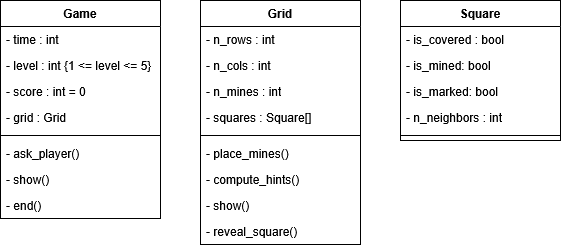
Earlier version of the draw.io export analyse/png/classes.png (EstebanAugustin/poo-ppmd). Source tidied: cells renumbered, new cells last; positions are measured from the earlier drawing's top-left corner, leaving out a move shared by most shapes.
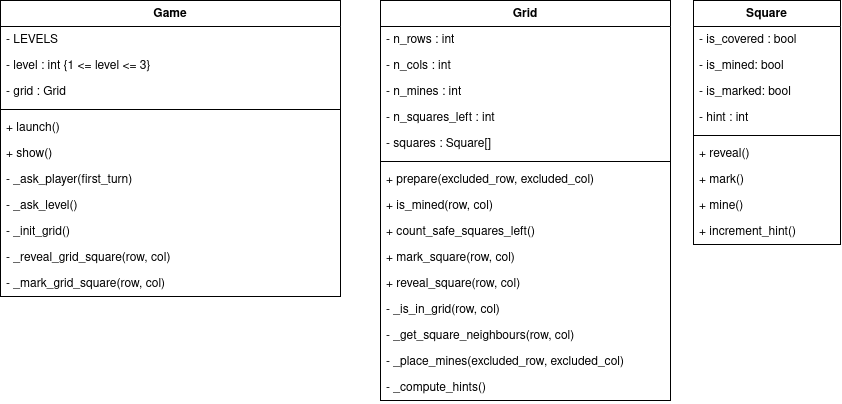
Above is the later version.

The edit, as a diff of the source:
```diff
@@ -3,79 +3,118 @@
     <mxCell id="0" />
     <mxCell id="1" parent="0" />
     <mxCell id="2" value="&lt;div&gt;Game&lt;/div&gt;" style="swimlane;fontStyle=1;align=center;verticalAlign=top;horizontal=1;startSize=26;whiteSpace=wrap;html=1;" parent="1" vertex="1">
-      <mxGeometry width="160" height="218" as="geometry" />
+      <mxGeometry x="-180" width="340" height="296" as="geometry" />
     </mxCell>
-    <mxCell id="3" value="- time : int" style="text;strokeColor=none;fillColor=none;align=left;verticalAlign=top;spacingLeft=4;spacingRight=4;overflow=hidden;whiteSpace=wrap;html=1;" parent="2" vertex="1">
-      <mxGeometry y="26" width="160" height="26" as="geometry" />
-    </mxCell>
+    <mxCell id="27" value="&lt;div&gt;-&amp;nbsp;LEVELS&lt;/div&gt;" style="text;strokeColor=none;fillColor=none;align=left;verticalAlign=top;spacingLeft=4;spacingRight=4;overflow=hidden;whiteSpace=wrap;html=1;" parent="2" vertex="1">
+      <mxGeometry y="26" width="340" height="26" as="geometry" />
+    </mxCell>
-    <mxCell id="4" value="- level : int {1 &amp;lt;= level &amp;lt;= 5}" style="text;strokeColor=none;fillColor=none;align=left;verticalAlign=top;spacingLeft=4;spacingRight=4;overflow=hidden;whiteSpace=wrap;html=1;" parent="2" vertex="1">
-      <mxGeometry y="52" width="160" height="26" as="geometry" />
+    <mxCell id="4" value="- level : int {1 &amp;lt;= level &amp;lt;= 3}" style="text;strokeColor=none;fillColor=none;align=left;verticalAlign=top;spacingLeft=4;spacingRight=4;overflow=hidden;whiteSpace=wrap;html=1;" parent="2" vertex="1">
+      <mxGeometry y="52" width="340" height="26" as="geometry" />
     </mxCell>
-    <mxCell id="5" value="&lt;div&gt;- score : int = 0&lt;/div&gt;&lt;div&gt;&lt;br&gt;&lt;/div&gt;" style="text;strokeColor=none;fillColor=none;align=left;verticalAlign=top;spacingLeft=4;spacingRight=4;overflow=hidden;whiteSpace=wrap;html=1;" parent="2" vertex="1">
-      <mxGeometry y="78" width="160" height="26" as="geometry" />
-    </mxCell>
     <mxCell id="6" value="&lt;div&gt;- grid : Grid&lt;/div&gt;&lt;div&gt;&lt;br&gt;&lt;/div&gt;" style="text;strokeColor=none;fillColor=none;align=left;verticalAlign=top;spacingLeft=4;spacingRight=4;overflow=hidden;whiteSpace=wrap;html=1;" parent="2" vertex="1">
-      <mxGeometry y="104" width="160" height="26" as="geometry" />
+      <mxGeometry y="78" width="340" height="26" as="geometry" />
     </mxCell>
     <mxCell id="7" style="line;strokeWidth=1;fillColor=none;align=left;verticalAlign=middle;spacingTop=-1;spacingLeft=3;spacingRight=3;labelPosition=right;strokeColor=inherit;" parent="2" vertex="1">
-      <mxGeometry y="130" width="160" height="10" as="geometry" />
+      <mxGeometry y="104" width="340" height="10" as="geometry" />
     </mxCell>
+    <mxCell id="28" value="&lt;div&gt;+ launch()&lt;/div&gt;" style="text;strokeColor=none;fillColor=none;align=left;verticalAlign=top;spacingLeft=4;spacingRight=4;overflow=hidden;whiteSpace=wrap;html=1;" parent="2" vertex="1">
+      <mxGeometry y="114" width="340" height="26" as="geometry" />
+    </mxCell>
+    <mxCell id="9" value="&lt;div&gt;+ show()&lt;/div&gt;" style="text;strokeColor=none;fillColor=none;align=left;verticalAlign=top;spacingLeft=4;spacingRight=4;overflow=hidden;whiteSpace=wrap;html=1;" parent="2" vertex="1">
+      <mxGeometry y="140" width="340" height="26" as="geometry" />
+    </mxCell>
-    <mxCell id="8" value="&lt;div&gt;- ask_player()&lt;/div&gt;" style="text;strokeColor=none;fillColor=none;align=left;verticalAlign=top;spacingLeft=4;spacingRight=4;overflow=hidden;whiteSpace=wrap;html=1;" parent="2" vertex="1">
-      <mxGeometry y="140" width="160" height="26" as="geometry" />
+    <mxCell id="8" value="&lt;div&gt;- _ask_player(first_turn)&lt;/div&gt;" style="text;strokeColor=none;fillColor=none;align=left;verticalAlign=top;spacingLeft=4;spacingRight=4;overflow=hidden;whiteSpace=wrap;html=1;" parent="2" vertex="1">
+      <mxGeometry y="166" width="340" height="26" as="geometry" />
     </mxCell>
-    <mxCell id="9" value="&lt;div&gt;- show()&lt;/div&gt;" style="text;strokeColor=none;fillColor=none;align=left;verticalAlign=top;spacingLeft=4;spacingRight=4;overflow=hidden;whiteSpace=wrap;html=1;" parent="2" vertex="1">
-      <mxGeometry y="166" width="160" height="26" as="geometry" />
-    </mxCell>
-    <mxCell id="10" value="&lt;div&gt;- end()&lt;/div&gt;" style="text;strokeColor=none;fillColor=none;align=left;verticalAlign=top;spacingLeft=4;spacingRight=4;overflow=hidden;whiteSpace=wrap;html=1;" parent="2" vertex="1">
-      <mxGeometry y="192" width="160" height="26" as="geometry" />
-    </mxCell>
+    <mxCell id="29" value="&lt;div&gt;- _ask_level()&lt;/div&gt;" style="text;strokeColor=none;fillColor=none;align=left;verticalAlign=top;spacingLeft=4;spacingRight=4;overflow=hidden;whiteSpace=wrap;html=1;" parent="2" vertex="1">
+      <mxGeometry y="192" width="340" height="26" as="geometry" />
+    </mxCell>
+    <mxCell id="30" value="&lt;div&gt;- _init_grid()&lt;/div&gt;" style="text;strokeColor=none;fillColor=none;align=left;verticalAlign=top;spacingLeft=4;spacingRight=4;overflow=hidden;whiteSpace=wrap;html=1;" parent="2" vertex="1">
+      <mxGeometry y="218" width="340" height="26" as="geometry" />
+    </mxCell>
+    <mxCell id="31" value="&lt;div&gt;- _reveal_grid_square(row, col)&lt;/div&gt;" style="text;strokeColor=none;fillColor=none;align=left;verticalAlign=top;spacingLeft=4;spacingRight=4;overflow=hidden;whiteSpace=wrap;html=1;" parent="2" vertex="1">
+      <mxGeometry y="244" width="340" height="26" as="geometry" />
+    </mxCell>
+    <mxCell id="32" value="&lt;div&gt;- _mark_grid_square(row, col)&lt;/div&gt;" style="text;strokeColor=none;fillColor=none;align=left;verticalAlign=top;spacingLeft=4;spacingRight=4;overflow=hidden;whiteSpace=wrap;html=1;" parent="2" vertex="1">
+      <mxGeometry y="270" width="340" height="26" as="geometry" />
+    </mxCell>
     <mxCell id="11" value="Grid" style="swimlane;fontStyle=1;align=center;verticalAlign=top;horizontal=1;startSize=26;whiteSpace=wrap;html=1;" parent="1" vertex="1">
-      <mxGeometry x="200" width="160" height="244" as="geometry" />
+      <mxGeometry x="200" width="290" height="400" as="geometry" />
     </mxCell>
     <mxCell id="12" value="&lt;div&gt;- n_rows : int&lt;/div&gt;" style="text;strokeColor=none;fillColor=none;align=left;verticalAlign=top;spacingLeft=4;spacingRight=4;overflow=hidden;whiteSpace=wrap;html=1;" parent="11" vertex="1">
-      <mxGeometry y="26" width="160" height="26" as="geometry" />
+      <mxGeometry y="26" width="290" height="26" as="geometry" />
     </mxCell>
     <mxCell id="13" value="- n_cols : int" style="text;strokeColor=none;fillColor=none;align=left;verticalAlign=top;spacingLeft=4;spacingRight=4;overflow=hidden;whiteSpace=wrap;html=1;" parent="11" vertex="1">
-      <mxGeometry y="52" width="160" height="26" as="geometry" />
+      <mxGeometry y="52" width="290" height="26" as="geometry" />
     </mxCell>
     <mxCell id="14" value="- n_mines : int" style="text;strokeColor=none;fillColor=none;align=left;verticalAlign=top;spacingLeft=4;spacingRight=4;overflow=hidden;whiteSpace=wrap;html=1;" parent="11" vertex="1">
-      <mxGeometry y="78" width="160" height="26" as="geometry" />
+      <mxGeometry y="78" width="290" height="26" as="geometry" />
     </mxCell>
+    <mxCell id="33" value="- n_squares_left : int" style="text;strokeColor=none;fillColor=none;align=left;verticalAlign=top;spacingLeft=4;spacingRight=4;overflow=hidden;whiteSpace=wrap;html=1;" parent="11" vertex="1">
+      <mxGeometry y="104" width="290" height="26" as="geometry" />
+    </mxCell>
     <mxCell id="15" value="&lt;div&gt;- squares : Square[]&amp;nbsp;&lt;/div&gt;&lt;div&gt;&lt;br&gt;&lt;/div&gt;" style="text;strokeColor=none;fillColor=none;align=left;verticalAlign=top;spacingLeft=4;spacingRight=4;overflow=hidden;whiteSpace=wrap;html=1;" parent="11" vertex="1">
-      <mxGeometry y="104" width="160" height="26" as="geometry" />
+      <mxGeometry y="130" width="290" height="26" as="geometry" />
     </mxCell>
     <mxCell id="16" style="line;strokeWidth=1;fillColor=none;align=left;verticalAlign=middle;spacingTop=-1;spacingLeft=3;spacingRight=3;labelPosition=right;strokeColor=inherit;" parent="11" vertex="1">
-      <mxGeometry y="130" width="160" height="10" as="geometry" />
+      <mxGeometry y="156" width="290" height="10" as="geometry" />
     </mxCell>
+    <mxCell id="34" value="&lt;div&gt;+ prepare(excluded_row, excluded_col)&lt;/div&gt;" style="text;strokeColor=none;fillColor=none;align=left;verticalAlign=top;spacingLeft=4;spacingRight=4;overflow=hidden;whiteSpace=wrap;html=1;" parent="11" vertex="1">
+      <mxGeometry y="166" width="290" height="26" as="geometry" />
+    </mxCell>
+    <mxCell id="35" value="&lt;div&gt;+ is_mined(row, col)&lt;/div&gt;" style="text;strokeColor=none;fillColor=none;align=left;verticalAlign=top;spacingLeft=4;spacingRight=4;overflow=hidden;whiteSpace=wrap;html=1;" parent="11" vertex="1">
+      <mxGeometry y="192" width="290" height="26" as="geometry" />
+    </mxCell>
+    <mxCell id="36" value="&lt;div&gt;+ count_safe_squares_left()&lt;/div&gt;" style="text;strokeColor=none;fillColor=none;align=left;verticalAlign=top;spacingLeft=4;spacingRight=4;overflow=hidden;whiteSpace=wrap;html=1;" parent="11" vertex="1">
+      <mxGeometry y="218" width="290" height="26" as="geometry" />
+    </mxCell>
+    <mxCell id="37" value="&lt;div&gt;+ mark_square(row, col)&lt;/div&gt;" style="text;strokeColor=none;fillColor=none;align=left;verticalAlign=top;spacingLeft=4;spacingRight=4;overflow=hidden;whiteSpace=wrap;html=1;" parent="11" vertex="1">
+      <mxGeometry y="244" width="290" height="26" as="geometry" />
+    </mxCell>
+    <mxCell id="20" value="&lt;div&gt;+ reveal_square(row, col)&lt;/div&gt;&lt;div&gt;&lt;br&gt;&lt;/div&gt;" style="text;strokeColor=none;fillColor=none;align=left;verticalAlign=top;spacingLeft=4;spacingRight=4;overflow=hidden;whiteSpace=wrap;html=1;" parent="11" vertex="1">
+      <mxGeometry y="270" width="290" height="26" as="geometry" />
+    </mxCell>
+    <mxCell id="38" value="&lt;div&gt;- _is_in_grid(row, col)&lt;/div&gt;" style="text;strokeColor=none;fillColor=none;align=left;verticalAlign=top;spacingLeft=4;spacingRight=4;overflow=hidden;whiteSpace=wrap;html=1;" parent="11" vertex="1">
+      <mxGeometry y="296" width="290" height="26" as="geometry" />
+    </mxCell>
+    <mxCell id="39" value="&lt;div&gt;- _get_square_neighbours(row, col)&lt;/div&gt;" style="text;strokeColor=none;fillColor=none;align=left;verticalAlign=top;spacingLeft=4;spacingRight=4;overflow=hidden;whiteSpace=wrap;html=1;" parent="11" vertex="1">
+      <mxGeometry y="322" width="290" height="26" as="geometry" />
+    </mxCell>
-    <mxCell id="17" value="&lt;div&gt;- place_mines()&lt;/div&gt;" style="text;strokeColor=none;fillColor=none;align=left;verticalAlign=top;spacingLeft=4;spacingRight=4;overflow=hidden;whiteSpace=wrap;html=1;" parent="11" vertex="1">
-      <mxGeometry y="140" width="160" height="26" as="geometry" />
+    <mxCell id="17" value="&lt;div&gt;- _place_mines(excluded_row, excluded_col)&lt;/div&gt;" style="text;strokeColor=none;fillColor=none;align=left;verticalAlign=top;spacingLeft=4;spacingRight=4;overflow=hidden;whiteSpace=wrap;html=1;" parent="11" vertex="1">
+      <mxGeometry y="348" width="290" height="26" as="geometry" />
     </mxCell>
-    <mxCell id="18" value="&lt;div&gt;- compute_hints()&lt;/div&gt;" style="text;strokeColor=none;fillColor=none;align=left;verticalAlign=top;spacingLeft=4;spacingRight=4;overflow=hidden;whiteSpace=wrap;html=1;" parent="11" vertex="1">
-      <mxGeometry y="166" width="160" height="26" as="geometry" />
+    <mxCell id="18" value="&lt;div&gt;- _compute_hints()&lt;/div&gt;" style="text;strokeColor=none;fillColor=none;align=left;verticalAlign=top;spacingLeft=4;spacingRight=4;overflow=hidden;whiteSpace=wrap;html=1;" parent="11" vertex="1">
+      <mxGeometry y="374" width="290" height="26" as="geometry" />
     </mxCell>
-    <mxCell id="19" value="&lt;div&gt;- show()&lt;/div&gt;&lt;div&gt;&lt;br&gt;&lt;/div&gt;" style="text;strokeColor=none;fillColor=none;align=left;verticalAlign=top;spacingLeft=4;spacingRight=4;overflow=hidden;whiteSpace=wrap;html=1;" parent="11" vertex="1">
-      <mxGeometry y="192" width="160" height="26" as="geometry" />
-    </mxCell>
-    <mxCell id="20" value="&lt;div&gt;- reveal_square()&lt;/div&gt;&lt;div&gt;&lt;br&gt;&lt;/div&gt;" style="text;strokeColor=none;fillColor=none;align=left;verticalAlign=top;spacingLeft=4;spacingRight=4;overflow=hidden;whiteSpace=wrap;html=1;" parent="11" vertex="1">
-      <mxGeometry y="218" width="160" height="26" as="geometry" />
-    </mxCell>
     <mxCell id="21" value="Square" style="swimlane;fontStyle=1;align=center;verticalAlign=top;horizontal=1;startSize=26;whiteSpace=wrap;html=1;" parent="1" vertex="1">
-      <mxGeometry x="400" width="160" height="140" as="geometry" />
+      <mxGeometry x="513" width="147" height="244" as="geometry" />
     </mxCell>
     <mxCell id="22" value="&lt;div&gt;- is_covered : bool&lt;/div&gt;" style="text;strokeColor=none;fillColor=none;align=left;verticalAlign=top;spacingLeft=4;spacingRight=4;overflow=hidden;whiteSpace=wrap;html=1;" parent="21" vertex="1">
-      <mxGeometry y="26" width="160" height="26" as="geometry" />
+      <mxGeometry y="26" width="147" height="26" as="geometry" />
     </mxCell>
     <mxCell id="23" value="- is_mined: bool" style="text;strokeColor=none;fillColor=none;align=left;verticalAlign=top;spacingLeft=4;spacingRight=4;overflow=hidden;whiteSpace=wrap;html=1;" parent="21" vertex="1">
-      <mxGeometry y="52" width="160" height="26" as="geometry" />
+      <mxGeometry y="52" width="147" height="26" as="geometry" />
     </mxCell>
     <mxCell id="24" value="- is_marked: bool" style="text;strokeColor=none;fillColor=none;align=left;verticalAlign=top;spacingLeft=4;spacingRight=4;overflow=hidden;whiteSpace=wrap;html=1;" parent="21" vertex="1">
-      <mxGeometry y="78" width="160" height="26" as="geometry" />
+      <mxGeometry y="78" width="147" height="26" as="geometry" />
     </mxCell>
+    <mxCell id="40" value="&lt;div&gt;- hint : int&amp;nbsp;&lt;/div&gt;&lt;div&gt;&lt;br&gt;&lt;/div&gt;" style="text;strokeColor=none;fillColor=none;align=left;verticalAlign=top;spacingLeft=4;spacingRight=4;overflow=hidden;whiteSpace=wrap;html=1;" parent="21" vertex="1">
+      <mxGeometry y="104" width="147" height="26" as="geometry" />
+    </mxCell>
+    <mxCell id="26" style="line;strokeWidth=1;fillColor=none;align=left;verticalAlign=middle;spacingTop=-1;spacingLeft=3;spacingRight=3;labelPosition=right;strokeColor=inherit;" parent="21" vertex="1">
+      <mxGeometry y="130" width="147" height="10" as="geometry" />
+    </mxCell>
-    <mxCell id="25" value="&lt;div&gt;- n_neighbors : int&amp;nbsp;&lt;/div&gt;&lt;div&gt;&lt;br&gt;&lt;/div&gt;" style="text;strokeColor=none;fillColor=none;align=left;verticalAlign=top;spacingLeft=4;spacingRight=4;overflow=hidden;whiteSpace=wrap;html=1;" parent="21" vertex="1">
-      <mxGeometry y="104" width="160" height="26" as="geometry" />
+    <mxCell id="25" value="&lt;div&gt;+ reveal()&lt;/div&gt;&lt;div&gt;&amp;nbsp;&lt;/div&gt;&lt;div&gt;&lt;br&gt;&lt;/div&gt;" style="text;strokeColor=none;fillColor=none;align=left;verticalAlign=top;spacingLeft=4;spacingRight=4;overflow=hidden;whiteSpace=wrap;html=1;" parent="21" vertex="1">
+      <mxGeometry y="140" width="147" height="26" as="geometry" />
     </mxCell>
-    <mxCell id="26" style="line;strokeWidth=1;fillColor=none;align=left;verticalAlign=middle;spacingTop=-1;spacingLeft=3;spacingRight=3;labelPosition=right;strokeColor=inherit;" parent="21" vertex="1">
-      <mxGeometry y="130" width="160" height="10" as="geometry" />
-    </mxCell>
+    <mxCell id="41" value="&lt;div&gt;+ mark()&lt;/div&gt;&lt;div&gt;&amp;nbsp;&lt;/div&gt;&lt;div&gt;&lt;br&gt;&lt;/div&gt;" style="text;strokeColor=none;fillColor=none;align=left;verticalAlign=top;spacingLeft=4;spacingRight=4;overflow=hidden;whiteSpace=wrap;html=1;" parent="21" vertex="1">
+      <mxGeometry y="166" width="147" height="26" as="geometry" />
+    </mxCell>
+    <mxCell id="42" value="&lt;div&gt;+ mine()&lt;/div&gt;&lt;div&gt;&amp;nbsp;&lt;/div&gt;&lt;div&gt;&lt;br&gt;&lt;/div&gt;" style="text;strokeColor=none;fillColor=none;align=left;verticalAlign=top;spacingLeft=4;spacingRight=4;overflow=hidden;whiteSpace=wrap;html=1;" parent="21" vertex="1">
+      <mxGeometry y="192" width="147" height="26" as="geometry" />
+    </mxCell>
+    <mxCell id="43" value="&lt;div&gt;+ increment_hint()&lt;/div&gt;&lt;div&gt;&amp;nbsp;&lt;/div&gt;&lt;div&gt;&lt;br&gt;&lt;/div&gt;" style="text;strokeColor=none;fillColor=none;align=left;verticalAlign=top;spacingLeft=4;spacingRight=4;overflow=hidden;whiteSpace=wrap;html=1;" parent="21" vertex="1">
+      <mxGeometry y="218" width="147" height="26" as="geometry" />
+    </mxCell>
   </root>
 </mxGraphModel>
```
